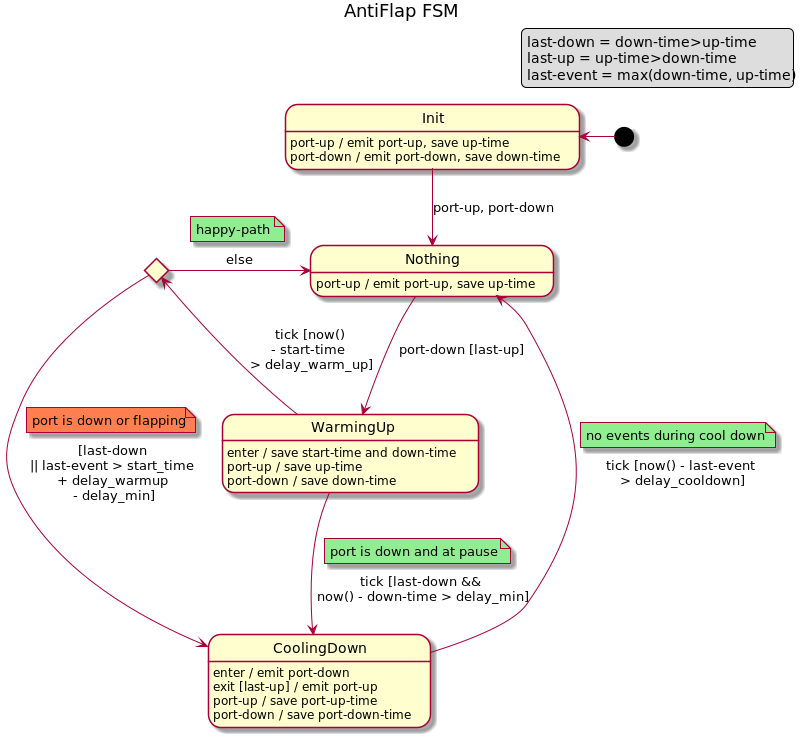
The PlantUML diagram docs/design/network-discovery/AF-FSM.png in telstra/open-kilda, before a commit.
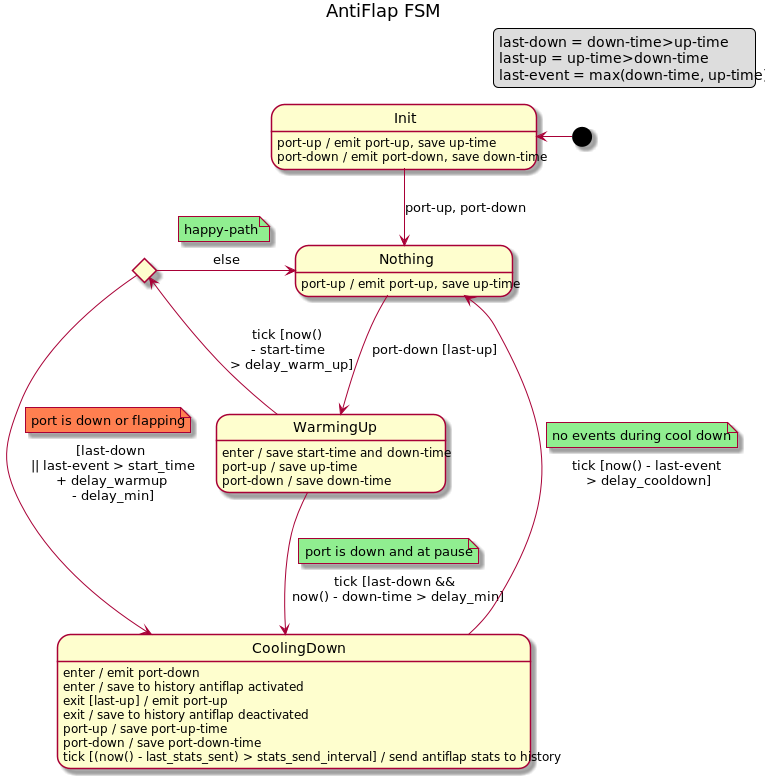
Later version of the same file.

Change to the diagram source:
```diff
@@ -30,9 +30,12 @@
 note top on link #lightgreen: happy-path
 
 CoolingDown: enter / emit port-down
+CoolingDown: enter / save to history antiflap activated
 CoolingDown: exit [last-up] / emit port-up
+CoolingDown: exit / save to history antiflap deactivated
 CoolingDown: port-up / save port-up-time
 CoolingDown: port-down / save port-down-time
+CoolingDown: tick [(now() - last_stats_sent) > stats_send_interval] / send antiflap stats to history
 CoolingDown -u-> Nothing : tick [now() - last-event \n> delay_cooldown]
 note top on link #lightgreen: no events during cool down
 @enduml
```
